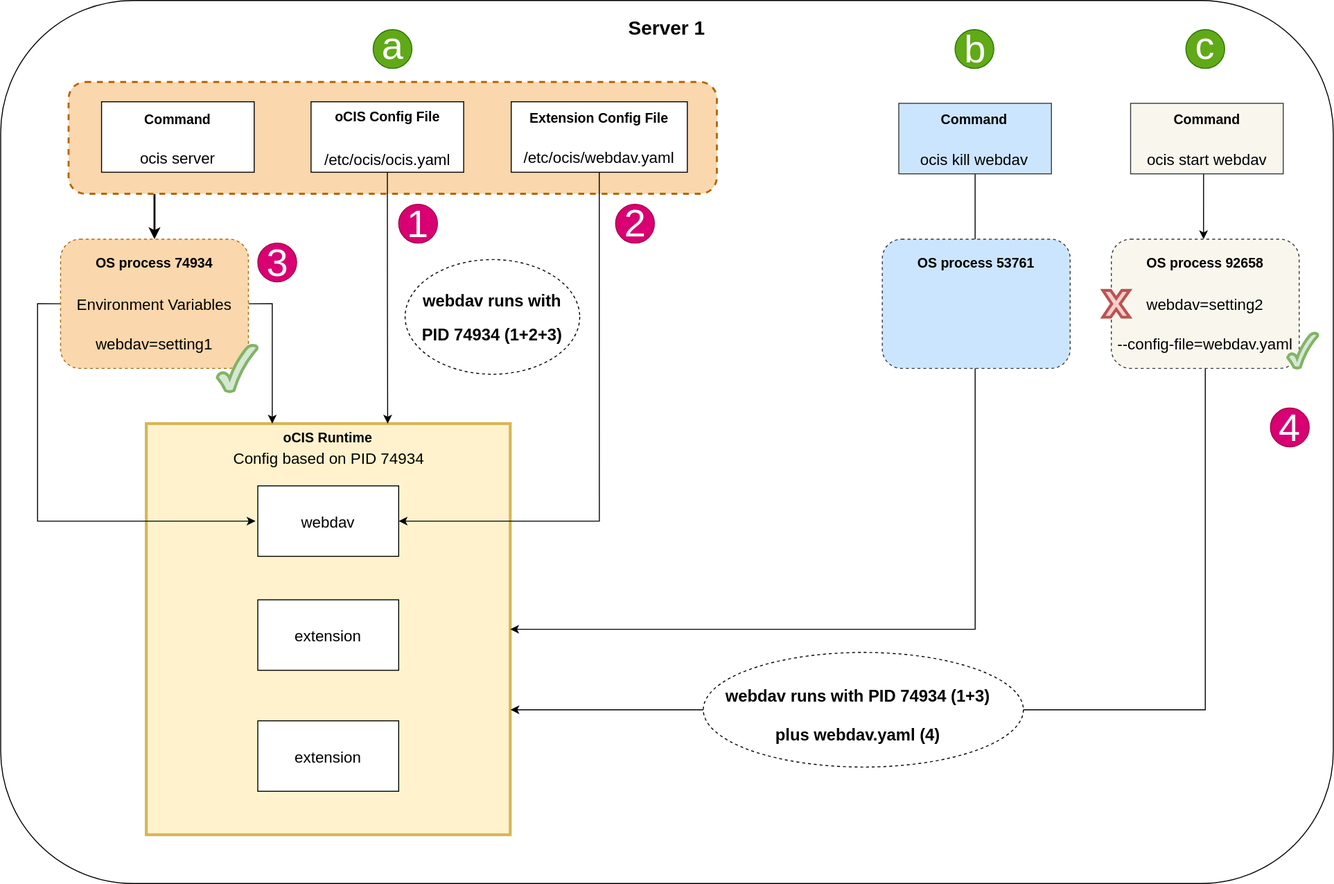
Before: modules/ROOT/images/deployment/extensions/runtime_c1.drawio.svg, a diagram exported from draw.io (owncloud/docs-ocis). Source tidied: cells renumbered, new cells last; positions are measured from the earlier drawing's top-left corner, leaving out a move shared by most shapes.
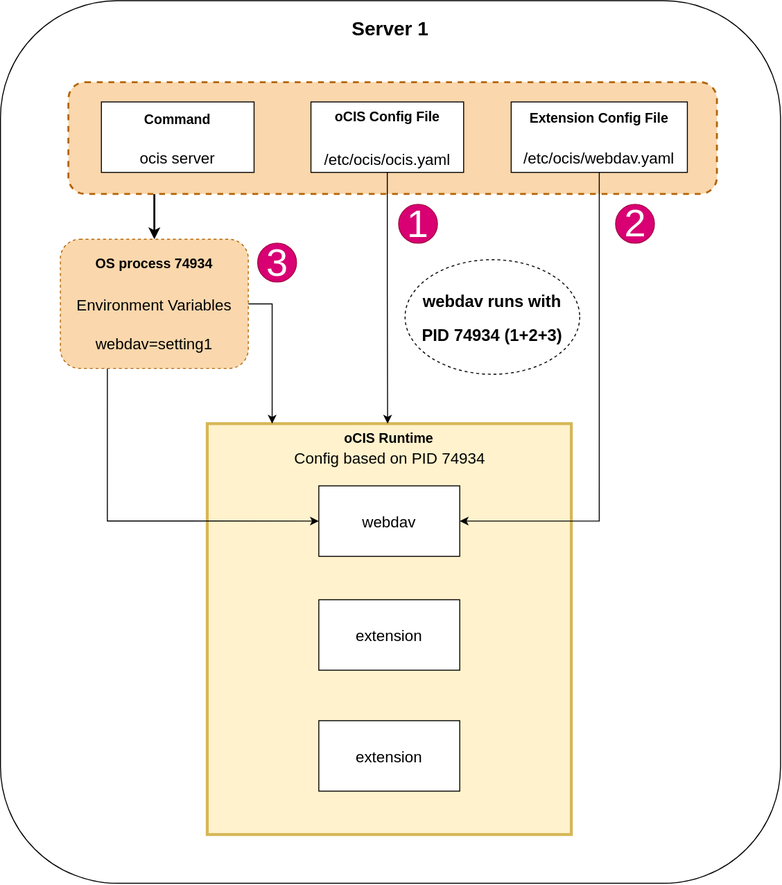
After the change.

Commit message:
remove run and kill command

Diff of the diagram source:
```diff
@@ -3,33 +3,24 @@
     <mxCell id="0" />
     <mxCell id="1" parent="0" />
     <mxCell id="2" value="Server 1" style="rounded=1;verticalAlign=top;fontStyle=1;fontSize=20;spacingTop=10;" parent="1" vertex="1">
-      <mxGeometry width="1374" height="910" as="geometry" />
+      <mxGeometry width="804" height="910" as="geometry" />
     </mxCell>
     <mxCell id="3" value="oCIS Runtime" style="rounded=0;whiteSpace=wrap;verticalAlign=top;strokeWidth=3;fillColor=#fff2cc;strokeColor=#d6b656;fontStyle=1;fontSize=14;" parent="1" vertex="1">
-      <mxGeometry x="150.1" y="436.1" width="375.3" height="423.7" as="geometry" />
+      <mxGeometry x="213.1" y="436.1" width="375.3" height="423.7" as="geometry" />
     </mxCell>
     <mxCell id="4" value="extension" style="rounded=0;fontSize=16;" parent="1" vertex="1">
-      <mxGeometry x="265.1" y="617.6" width="145.3" height="72.6" as="geometry" />
+      <mxGeometry x="328.1" y="617.6" width="145.3" height="72.6" as="geometry" />
     </mxCell>
     <mxCell id="5" value="webdav" style="rounded=0;fontSize=16;" parent="1" vertex="1">
-      <mxGeometry x="265.1" y="500.2" width="145.3" height="72.6" as="geometry" />
+      <mxGeometry x="328.1" y="500.2" width="145.3" height="72.6" as="geometry" />
     </mxCell>
-    <mxCell id="6" style="edgeStyle=orthogonalEdgeStyle;rounded=0;jettySize=auto;exitX=0.5;exitY=1;exitDx=0;exitDy=0;" parent="1" edge="1" source="51" target="3">
-      <mxGeometry relative="1" as="geometry">
-        <Array as="points">
-          <mxPoint x="1004.7" y="647.9" />
-        </Array>
-      </mxGeometry>
-    </mxCell>
     <mxCell id="7" value="extension" style="rounded=0;fontSize=16;" parent="1" vertex="1">
-      <mxGeometry x="265.1" y="742.3" width="145.3" height="72.6" as="geometry" />
+      <mxGeometry x="328.1" y="742.3" width="145.3" height="72.6" as="geometry" />
     </mxCell>
-    <mxCell id="8" style="edgeStyle=orthogonalEdgeStyle;rounded=0;jettySize=auto;entryX=0;entryY=0.5;entryDx=0;entryDy=0;exitX=0;exitY=0.5;exitDx=0;exitDy=0;" parent="1" edge="1" source="14">
+    <mxCell id="8" style="edgeStyle=orthogonalEdgeStyle;rounded=0;jettySize=auto;entryX=0;entryY=0.5;entryDx=0;entryDy=0;exitX=0.25;exitY=1;exitDx=0;exitDy=0;" parent="1" edge="1" source="14" target="5">
       <mxGeometry relative="1" as="geometry">
-        <mxPoint x="262.7" y="536.5" as="targetPoint" />
         <Array as="points">
-          <mxPoint x="38" y="313" />
-          <mxPoint x="38" y="537" />
+          <mxPoint x="110" y="536" />
         </Array>
       </mxGeometry>
     </mxCell>
@@ -41,24 +32,9 @@
         </Array>
       </mxGeometry>
     </mxCell>
-    <mxCell id="10" style="edgeStyle=orthogonalEdgeStyle;rounded=0;jettySize=auto;exitX=0.5;exitY=1;exitDx=0;exitDy=0;entryX=1.001;entryY=0.696;entryDx=0;entryDy=0;entryPerimeter=0;" parent="1" edge="1" source="19" target="3">
-      <mxGeometry relative="1" as="geometry">
-        <Array as="points">
-          <mxPoint x="1242" y="731.4" />
-        </Array>
-      </mxGeometry>
-    </mxCell>
     <mxCell id="11" style="rounded=1;whiteSpace=wrap;fontSize=16;strokeWidth=2;dashed=1;fillColor=#fad7ac;strokeColor=#b46504;" parent="1" vertex="1">
       <mxGeometry x="70" y="84" width="668.4" height="115.2" as="geometry" />
     </mxCell>
-    <mxCell id="12" style="edgeStyle=orthogonalEdgeStyle;rounded=0;jettySize=auto;entryX=0.5;entryY=0;entryDx=0;entryDy=0;exitX=0.5;exitY=1;exitDx=0;exitDy=0;" parent="1" edge="1" source="56">
-      <mxGeometry relative="1" as="geometry">
-        <mxPoint x="1240.2" y="246" as="targetPoint" />
-        <Array as="points">
-          <mxPoint x="1240.8" y="177" />
-        </Array>
-      </mxGeometry>
-    </mxCell>
     <mxCell id="13" style="edgeStyle=orthogonalEdgeStyle;rounded=0;jettySize=auto;strokeWidth=2;entryX=0.5;entryY=0;entryDx=0;entryDy=0;" parent="1" edge="1" target="14">
       <mxGeometry relative="1" as="geometry">
         <mxPoint x="158.6" y="199.4" as="sourcePoint" />
@@ -76,27 +52,6 @@
     <mxCell id="17" value="webdav=setting1" style="text;align=center;verticalAlign=middle;strokeColor=none;fillColor=none;fontSize=16;" parent="1" vertex="1">
       <mxGeometry x="88.6" y="342.8" width="140" height="20" as="geometry" />
     </mxCell>
-    <mxCell id="18" style="verticalLabelPosition=bottom;verticalAlign=top;shape=mxgraph.basic.tick;fontSize=16;strokeWidth=3;fillColor=#d5e8d4;strokeColor=#82b366;" parent="1" vertex="1">
-      <mxGeometry x="223.3" y="354.9" width="41.2" height="48.4" as="geometry" />
-    </mxCell>
-    <mxCell id="19" style="rounded=1;whiteSpace=wrap;dashed=1;fillColor=#f9f7ed;strokeColor=#36393d;" parent="1" vertex="1">
-      <mxGeometry x="1145.2" y="246" width="193.7" height="133.2" as="geometry" />
-    </mxCell>
-    <mxCell id="20" value="webdav=setting2" style="text;align=center;verticalAlign=middle;strokeColor=none;fillColor=none;fontSize=16;" parent="1" vertex="1">
-      <mxGeometry x="1172" y="302.6" width="140" height="20" as="geometry" />
-    </mxCell>
-    <mxCell id="21" value="OS process 92658" style="text;align=center;verticalAlign=middle;strokeColor=none;fillColor=none;fontSize=14;fontStyle=1;" parent="1" vertex="1">
-      <mxGeometry x="1172" y="260" width="140" height="20" as="geometry" />
-    </mxCell>
-    <mxCell id="22" value="--config-file=webdav.yaml" style="text;align=center;verticalAlign=middle;strokeColor=none;fillColor=none;fontSize=16;" parent="1" vertex="1">
-      <mxGeometry x="1142" y="342.8" width="200" height="20" as="geometry" />
-    </mxCell>
-    <mxCell id="23" style="rounded=1;whiteSpace=wrap;dashed=1;fillColor=#cce5ff;strokeColor=#36393d;" parent="1" vertex="1">
-      <mxGeometry x="909" y="246" width="193.7" height="133.2" as="geometry" />
-    </mxCell>
-    <mxCell id="24" value="OS process 53761" style="text;align=center;verticalAlign=middle;strokeColor=none;fillColor=none;fontSize=14;fontStyle=1;" parent="1" vertex="1">
-      <mxGeometry x="935.8" y="260" width="140" height="20" as="geometry" />
-    </mxCell>
     <mxCell id="25" value="1" style="ellipse;fillColor=#d80073;strokeColor=#A50040;fontColor=#ffffff;fontSize=40;spacingTop=-9;" parent="1" vertex="1">
       <mxGeometry x="410.4" y="210" width="40" height="40" as="geometry" />
     </mxCell>
@@ -106,26 +61,8 @@
     <mxCell id="27" value="3" style="ellipse;fillColor=#d80073;strokeColor=#A50040;fontColor=#ffffff;fontSize=40;spacingTop=-9;spacingLeft=1;" parent="1" vertex="1">
       <mxGeometry x="265.1" y="250" width="40" height="40" as="geometry" />
     </mxCell>
-    <mxCell id="28" value="4" style="ellipse;fillColor=#d80073;strokeColor=#A50040;fontColor=#ffffff;fontSize=40;spacingTop=-9;" parent="1" vertex="1">
-      <mxGeometry x="1309.2" y="420" width="40" height="40" as="geometry" />
-    </mxCell>
-    <mxCell id="29" value="a" style="ellipse;fillColor=#60a917;strokeColor=#2D7600;fontColor=#ffffff;fontStyle=0;fontSize=40;verticalAlign=middle;labelPosition=center;verticalLabelPosition=middle;align=center;horizontal=1;spacingTop=-16;spacingLeft=1;" parent="1" vertex="1">
-      <mxGeometry x="384" y="30" width="40" height="40" as="geometry" />
-    </mxCell>
-    <mxCell id="30" value="b" style="ellipse;fillColor=#60a917;strokeColor=#2D7600;fontColor=#ffffff;fontSize=40;spacingTop=-9;spacingLeft=2;fontStyle=0;" parent="1" vertex="1">
-      <mxGeometry x="984" y="30" width="40" height="40" as="geometry" />
-    </mxCell>
-    <mxCell id="31" value="c" style="ellipse;fillColor=#60a917;strokeColor=#2D7600;fontColor=#ffffff;fontSize=40;spacingTop=-16;fontStyle=0;" parent="1" vertex="1">
-      <mxGeometry x="1222" y="30" width="40" height="40" as="geometry" />
-    </mxCell>
-    <mxCell id="32" style="verticalLabelPosition=bottom;verticalAlign=top;shape=mxgraph.basic.x;fontSize=16;strokeWidth=3;fillColor=#f8cecc;strokeColor=#b85450;" parent="1" vertex="1">
-      <mxGeometry x="1136.4" y="298.8" width="27.6" height="27.6" as="geometry" />
-    </mxCell>
-    <mxCell id="33" style="verticalLabelPosition=bottom;verticalAlign=top;shape=mxgraph.basic.tick;fontSize=16;strokeWidth=3;fillColor=#d5e8d4;strokeColor=#82b366;" parent="1" vertex="1">
-      <mxGeometry x="1327" y="342.6" width="31" height="36.4" as="geometry" />
-    </mxCell>
     <mxCell id="34" value="&lt;font style=&quot;font-size: 16px&quot;&gt;Config based on PID 74934&lt;/font&gt;" style="text;html=1;align=center;verticalAlign=middle;fillColor=none;strokeColor=none;rounded=0;fontSize=14;" parent="1" vertex="1">
-      <mxGeometry x="232.7" y="462" width="210" height="20" as="geometry" />
+      <mxGeometry x="295.7" y="462" width="210" height="20" as="geometry" />
     </mxCell>
     <mxCell id="35" style="group;" parent="1" vertex="1">
       <mxGeometry x="104" y="104.4" width="157.4" height="72.6" as="geometry" />
@@ -172,36 +109,6 @@
     <mxCell id="49" value="Extension Config File" style="text;align=center;verticalAlign=middle;strokeColor=none;fillColor=none;fontSize=14;fontStyle=1;" parent="47" vertex="1">
       <mxGeometry width="160" height="20" as="geometry" />
     </mxCell>
-    <mxCell id="50" style="group;" parent="1" vertex="1">
-      <mxGeometry x="924" y="106" width="160" height="72.6" as="geometry" />
-    </mxCell>
-    <mxCell id="51" style="rounded=0;whiteSpace=wrap;fontSize=14;fillColor=#cce5ff;strokeColor=#36393d;" parent="50" vertex="1">
-      <mxGeometry x="2" width="157.4" height="72.6" as="geometry" />
-    </mxCell>
-    <mxCell id="52" style="group;" parent="50" vertex="1">
-      <mxGeometry y="6" width="160" height="61" as="geometry" />
-    </mxCell>
-    <mxCell id="53" value="ocis kill webdav" style="text;align=center;verticalAlign=middle;strokeColor=none;fillColor=none;fontSize=16;" parent="52" vertex="1">
-      <mxGeometry x="15" y="41" width="130" height="20" as="geometry" />
-    </mxCell>
-    <mxCell id="54" value="Command" style="text;align=center;verticalAlign=middle;strokeColor=none;fillColor=none;fontSize=14;fontStyle=1;" parent="52" vertex="1">
-      <mxGeometry x="40" width="80" height="20" as="geometry" />
-    </mxCell>
-    <mxCell id="55" style="group;" parent="1" vertex="1">
-      <mxGeometry x="1164" y="106" width="160" height="72.6" as="geometry" />
-    </mxCell>
-    <mxCell id="56" style="rounded=0;whiteSpace=wrap;fontSize=14;fillColor=#f9f7ed;strokeColor=#36393d;" parent="55" vertex="1">
-      <mxGeometry x="1" width="157.4" height="72.6" as="geometry" />
-    </mxCell>
-    <mxCell id="57" style="group;" parent="55" vertex="1">
-      <mxGeometry y="6" width="160" height="61" as="geometry" />
-    </mxCell>
-    <mxCell id="58" value="ocis start webdav" style="text;align=center;verticalAlign=middle;strokeColor=none;fillColor=none;fontSize=16;" parent="57" vertex="1">
-      <mxGeometry x="10" y="41" width="140" height="20" as="geometry" />
-    </mxCell>
-    <mxCell id="59" value="Command" style="text;align=center;verticalAlign=middle;strokeColor=none;fillColor=none;fontSize=14;fontStyle=1;" parent="57" vertex="1">
-      <mxGeometry x="40" width="80" height="20" as="geometry" />
-    </mxCell>
     <mxCell id="60" style="edgeStyle=orthogonalEdgeStyle;rounded=0;jettySize=auto;exitX=0.5;exitY=1;exitDx=0;exitDy=0;" parent="1" edge="1" source="41">
       <mxGeometry relative="1" as="geometry">
         <mxPoint x="399" y="436" as="targetPoint" />
@@ -229,23 +136,5 @@
     <mxCell id="66" value="PID 74934 (1+2+3)" style="text;align=center;verticalAlign=middle;strokeColor=none;fillColor=none;fontSize=17;fontStyle=1;" parent="64" vertex="1">
       <mxGeometry y="35" width="160" height="30" as="geometry" />
     </mxCell>
-    <mxCell id="67" style="group;" parent="1" vertex="1">
-      <mxGeometry x="724.4" y="671.9" width="330" height="118.1" as="geometry" />
-    </mxCell>
-    <mxCell id="68" style="group;" parent="67" vertex="1">
-      <mxGeometry width="330" height="118.1" as="geometry" />
-    </mxCell>
-    <mxCell id="69" style="ellipse;whiteSpace=wrap;fontSize=27;dashed=1;" parent="68" vertex="1">
-      <mxGeometry width="330" height="118.1" as="geometry" />
-    </mxCell>
-    <mxCell id="70" style="group;" parent="68" vertex="1">
-      <mxGeometry x="39.6" y="29.1" width="265" height="70" as="geometry" />
-    </mxCell>
-    <mxCell id="71" value="webdav runs with PID 74934 (1+3)" style="text;align=center;verticalAlign=middle;strokeColor=none;fillColor=none;fontSize=17;fontStyle=1;" parent="70" vertex="1">
-      <mxGeometry x="-25" width="290" height="30" as="geometry" />
-    </mxCell>
-    <mxCell id="72" value="plus webdav.yaml (4)" style="text;align=center;verticalAlign=middle;strokeColor=none;fillColor=none;fontSize=17;fontStyle=1;" parent="70" vertex="1">
-      <mxGeometry x="25" y="40" width="190" height="30" as="geometry" />
-    </mxCell>
   </root>
 </mxGraphModel>
```
